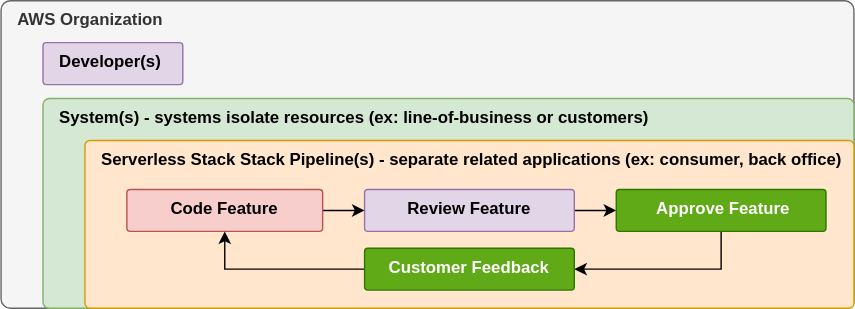
Earlier version of the draw.io export docs/assets/img/LazyStackSMFSetup10.svg (InSciCo/InSciCo). Source tidied: cells renumbered, new cells last; positions are measured from the earlier drawing's top-left corner, leaving out a move shared by most shapes.
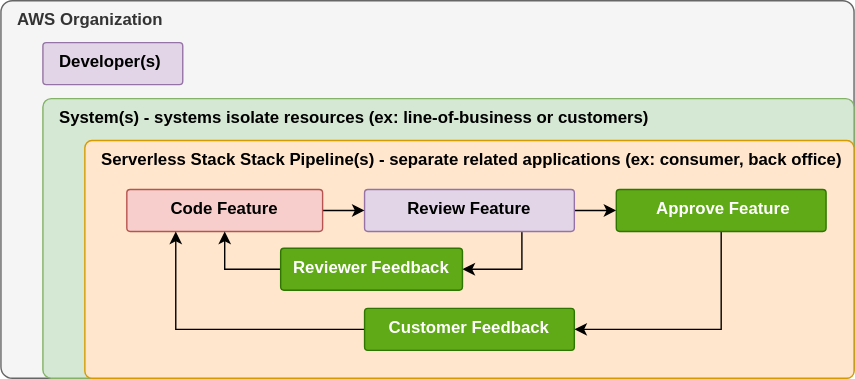
Later version of the same file.

Diff of the diagram source:
```diff
@@ -3,17 +3,20 @@
     <mxCell id="0" />
     <mxCell id="1" parent="0" />
     <mxCell id="2" value="&lt;b&gt;AWS Organization&lt;/b&gt;" style="rounded=1;whiteSpace=wrap;html=1;arcSize=3;verticalAlign=top;fillColor=#f5f5f5;strokeColor=#666666;align=left;spacingLeft=10;fontColor=#333333;" parent="1" vertex="1">
-      <mxGeometry width="610" height="220" as="geometry" />
+      <mxGeometry width="610" height="270" as="geometry" />
     </mxCell>
     <mxCell id="3" value="&lt;b&gt;System(s) - systems isolate resources (ex: line-of-business or customers)&lt;/b&gt;" style="rounded=1;whiteSpace=wrap;html=1;verticalAlign=top;arcSize=3;fillColor=#d5e8d4;strokeColor=#82b366;align=left;spacingLeft=10;" parent="1" vertex="1">
-      <mxGeometry x="30" y="70" width="580" height="150" as="geometry" />
+      <mxGeometry x="30" y="70" width="580" height="200" as="geometry" />
     </mxCell>
     <mxCell id="4" value="&lt;b&gt;Serverless Stack Stack Pipeline(s) - separate related applications (ex: consumer, back office)&lt;/b&gt;" style="rounded=1;whiteSpace=wrap;html=1;verticalAlign=top;arcSize=3;fillColor=#ffe6cc;strokeColor=#d79b00;align=left;spacingLeft=10;" parent="1" vertex="1">
-      <mxGeometry x="60" y="100" width="550" height="120" as="geometry" />
+      <mxGeometry x="60" y="100" width="550" height="170" as="geometry" />
     </mxCell>
     <mxCell id="5" style="edgeStyle=orthogonalEdgeStyle;rounded=0;jettySize=auto;html=1;exitX=1;exitY=0.5;exitDx=0;exitDy=0;entryX=0;entryY=0.5;entryDx=0;entryDy=0;" parent="1" edge="1" source="6" target="10">
       <mxGeometry x="-90" y="100" as="geometry" />
     </mxCell>
+    <mxCell id="15" style="edgeStyle=orthogonalEdgeStyle;rounded=0;jettySize=auto;html=1;exitX=0.75;exitY=1;exitDx=0;exitDy=0;entryX=1;entryY=0.5;entryDx=0;entryDy=0;" parent="1" edge="1" source="6" target="17">
+      <mxGeometry relative="1" as="geometry" />
+    </mxCell>
     <mxCell id="6" value="&lt;b&gt;Review Feature&lt;/b&gt;" style="rounded=1;whiteSpace=wrap;html=1;verticalAlign=top;arcSize=8;fillColor=#e1d5e7;strokeColor=#9673a6;" parent="1" vertex="1">
       <mxGeometry x="260" y="135" width="150" height="30" as="geometry" />
     </mxCell>
@@ -35,11 +38,17 @@
     <mxCell id="12" value="&lt;b&gt;Developer(s)&lt;br&gt;&lt;/b&gt;" style="rounded=1;whiteSpace=wrap;html=1;verticalAlign=top;arcSize=8;fillColor=#e1d5e7;strokeColor=#9673a6;align=left;spacingLeft=10;" parent="1" vertex="1">
       <mxGeometry x="30" y="30" width="100" height="30" as="geometry" />
     </mxCell>
-    <mxCell id="13" style="edgeStyle=orthogonalEdgeStyle;rounded=0;jettySize=auto;html=1;exitX=0;exitY=0.5;exitDx=0;exitDy=0;entryX=0.5;entryY=1;entryDx=0;entryDy=0;" parent="1" edge="1" source="14" target="8">
+    <mxCell id="13" style="edgeStyle=orthogonalEdgeStyle;rounded=0;jettySize=auto;html=1;exitX=0;exitY=0.5;exitDx=0;exitDy=0;entryX=0.25;entryY=1;entryDx=0;entryDy=0;" parent="1" edge="1" source="14" target="8">
       <mxGeometry relative="1" as="geometry" />
     </mxCell>
     <mxCell id="14" value="&lt;b&gt;Customer Feedback&lt;/b&gt;" style="rounded=1;whiteSpace=wrap;html=1;verticalAlign=top;arcSize=8;fillColor=#60a917;strokeColor=#2D7600;fontColor=#ffffff;" parent="1" vertex="1">
-      <mxGeometry x="260" y="177" width="150" height="30" as="geometry" />
+      <mxGeometry x="260" y="220" width="150" height="30" as="geometry" />
     </mxCell>
+    <mxCell id="16" style="edgeStyle=orthogonalEdgeStyle;rounded=0;jettySize=auto;html=1;exitX=0;exitY=0.5;exitDx=0;exitDy=0;entryX=0.5;entryY=1;entryDx=0;entryDy=0;" parent="1" edge="1" source="17" target="8">
+      <mxGeometry relative="1" as="geometry" />
+    </mxCell>
+    <mxCell id="17" value="&lt;b&gt;Reviewer Feedback&lt;/b&gt;" style="rounded=1;whiteSpace=wrap;html=1;verticalAlign=top;arcSize=8;fillColor=#60a917;strokeColor=#2D7600;fontColor=#ffffff;" parent="1" vertex="1">
+      <mxGeometry x="200" y="177" width="130" height="30" as="geometry" />
+    </mxCell>
   </root>
 </mxGraphModel>
```
